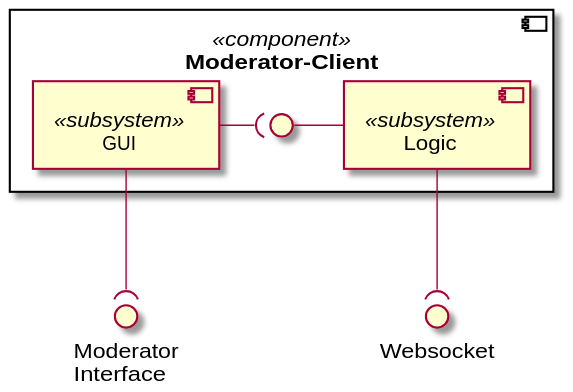
The PlantUML diagram Docs/Technical Specifications/docs/diagrams/component-diagrams/moderator-client-component-diagram.svg in Brotenko/QualityQuest, before a commit. Source of this version:
```plantuml
@startuml
() "Moderator\nInterface" as mi
() "Websocket" as API

component "Moderator-Client" <<component>> as ac{
    [GUI] <<subsystem>>
    [Logic] <<subsystem>>
    () " " as empty
}

API )-up- Logic
mi )-up- GUI
empty - Logic
GUI -( empty
@enduml
```
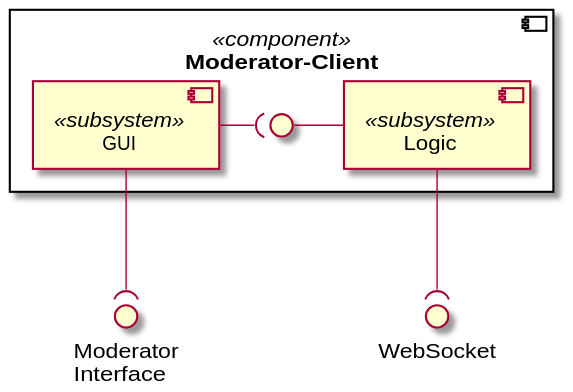
The same diagram one commit later.

Change to the diagram source:
```diff
@@ -1,6 +1,6 @@
 @startuml
 () "Moderator\nInterface" as mi
-() "Websocket" as API
+() "WebSocket" as API
 
 component "Moderator-Client" <<component>> as ac{
     [GUI] <<subsystem>>
```
